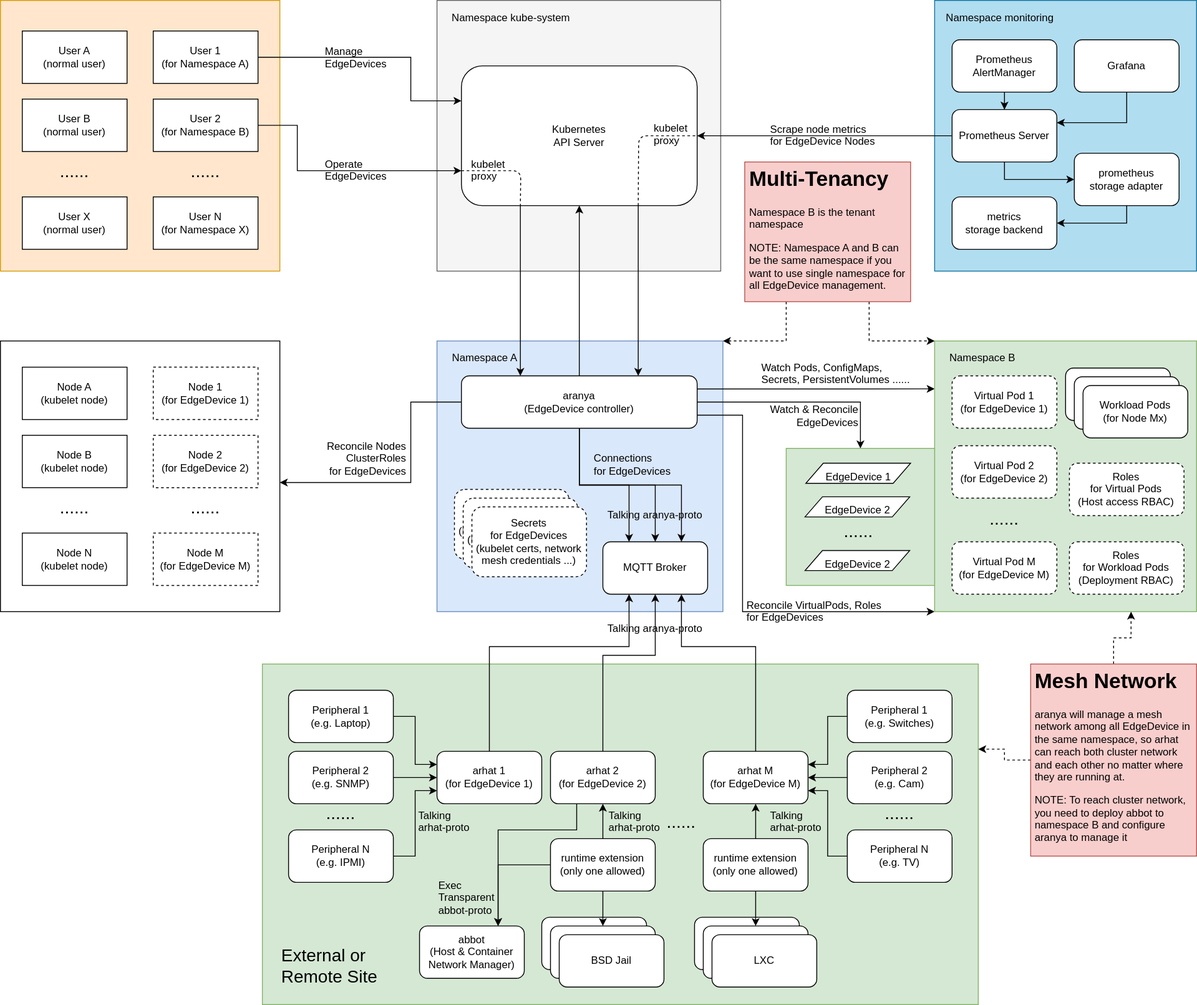
Earlier version of the draw.io export docs/images/overview.svg (arhat-dev/aranya). Source tidied: cells renumbered, new cells last; positions are measured from the earlier drawing's top-left corner, leaving out a move shared by most shapes.
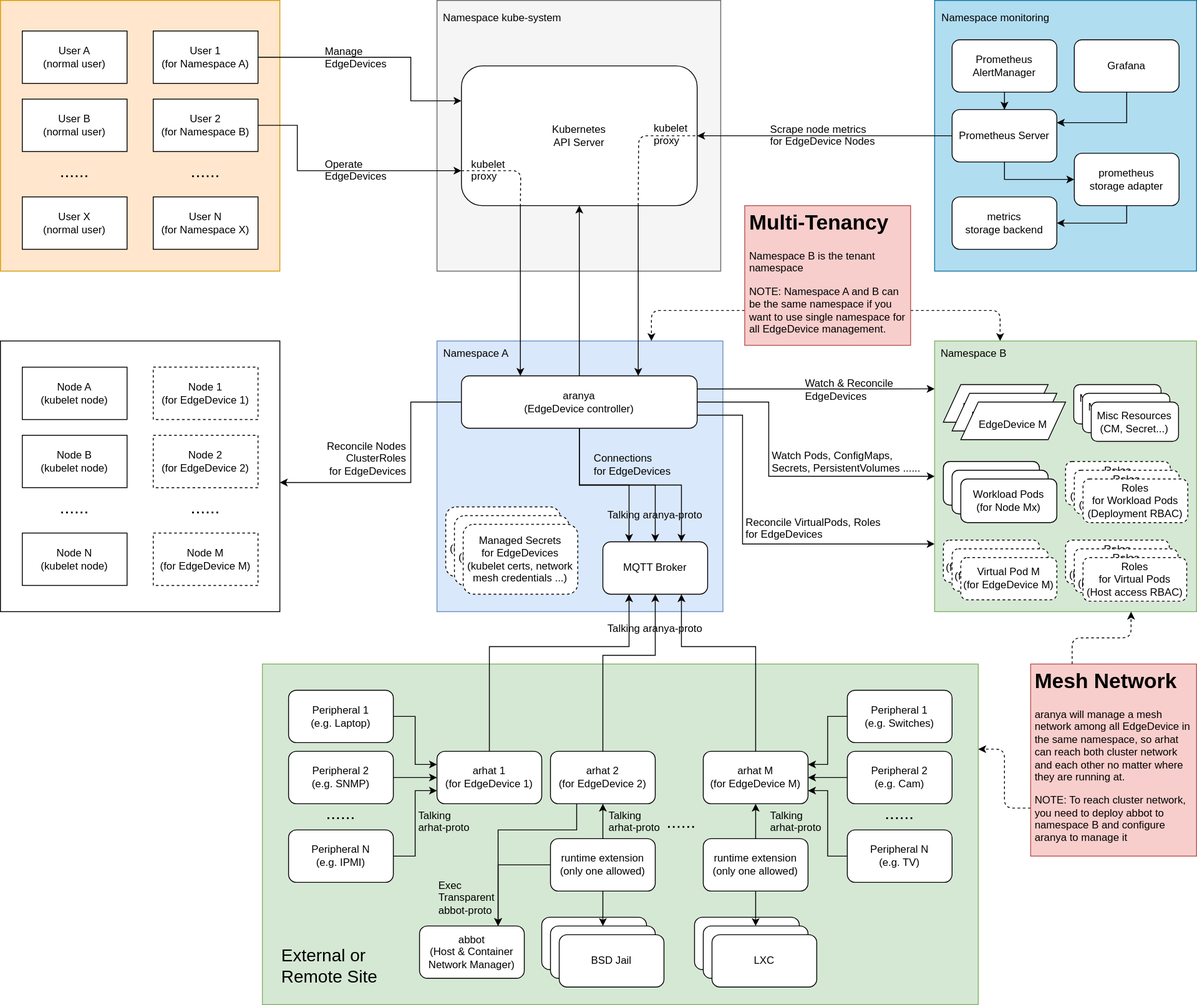
The same file after the commit.

The edit, as a diff of the source:
```diff
@@ -14,3 +14,3 @@
     <mxCell id="5" value="Namespace kube-system" style="text;html=1;strokeColor=none;fillColor=none;align=center;verticalAlign=middle;whiteSpace=wrap;rounded=0;" parent="1" vertex="1">
-      <mxGeometry x="510" y="10" width="150" height="20" as="geometry" />
+      <mxGeometry x="500" y="10" width="150" height="20" as="geometry" />
     </mxCell>
@@ -30,3 +30,3 @@
     </mxCell>
-    <mxCell id="9" style="edgeStyle=orthogonalEdgeStyle;rounded=0;jettySize=auto;html=1;entryX=0;entryY=1;entryDx=0;entryDy=0;fontSize=20;exitX=1;exitY=0.75;exitDx=0;exitDy=0;" parent="1" edge="1" source="16" target="44">
+    <mxCell id="9" style="edgeStyle=orthogonalEdgeStyle;rounded=0;jettySize=auto;html=1;entryX=0;entryY=0.75;entryDx=0;entryDy=0;fontSize=20;exitX=1;exitY=0.75;exitDx=0;exitDy=0;" parent="1" edge="1" source="16" target="44">
       <mxGeometry relative="1" as="geometry">
@@ -34,3 +34,3 @@
           <mxPoint x="850" y="475" />
-          <mxPoint x="850" y="700" />
+          <mxPoint x="850" y="623" />
         </Array>
@@ -60,4 +60,9 @@
     </mxCell>
-    <mxCell id="15" style="edgeStyle=orthogonalEdgeStyle;rounded=0;jettySize=auto;html=1;entryX=0.5;entryY=0;entryDx=0;entryDy=0;" parent="1" edge="1" source="16" target="123">
-      <mxGeometry relative="1" as="geometry" />
+    <mxCell id="15" style="edgeStyle=orthogonalEdgeStyle;rounded=0;jettySize=auto;html=1;entryX=0;entryY=0.5;entryDx=0;entryDy=0;" parent="1" edge="1" source="16" target="44">
+      <mxGeometry relative="1" as="geometry">
+        <Array as="points">
+          <mxPoint x="880" y="460" />
+          <mxPoint x="880" y="545" />
+        </Array>
+      </mxGeometry>
     </mxCell>
@@ -67,6 +72,6 @@
     <mxCell id="17" value="Namespace A" style="text;html=1;strokeColor=none;fillColor=none;align=center;verticalAlign=middle;whiteSpace=wrap;rounded=0;" parent="1" vertex="1">
-      <mxGeometry x="510" y="400" width="90" height="20" as="geometry" />
+      <mxGeometry x="500" y="395" width="90" height="20" as="geometry" />
     </mxCell>
     <mxCell id="18" value="Reconcile VirtualPods, Roles&lt;br&gt;for EdgeDevices" style="text;html=1;strokeColor=none;fillColor=none;align=left;verticalAlign=top;whiteSpace=wrap;rounded=0;labelBackgroundColor=none;fontSize=12;" parent="1" vertex="1">
-      <mxGeometry x="852.5" y="679" width="160" height="40" as="geometry" />
+      <mxGeometry x="851.5" y="584" width="160" height="40" as="geometry" />
     </mxCell>
@@ -151,3 +156,3 @@
     <mxCell id="40" value="Namespace monitoring" style="text;html=1;strokeColor=none;fillColor=none;align=center;verticalAlign=middle;whiteSpace=wrap;rounded=0;" parent="1" vertex="1">
-      <mxGeometry x="1080" y="10" width="130" height="20" as="geometry" />
+      <mxGeometry x="1075" y="10" width="130" height="20" as="geometry" />
     </mxCell>
@@ -166,16 +171,4 @@
     <mxCell id="45" value="Namespace B" style="text;html=1;strokeColor=none;fillColor=none;align=center;verticalAlign=middle;whiteSpace=wrap;rounded=0;" parent="1" vertex="1">
-      <mxGeometry x="1080" y="400" width="90" height="20" as="geometry" />
+      <mxGeometry x="1070" y="395" width="90" height="20" as="geometry" />
     </mxCell>
-    <mxCell id="46" value="Virtual Pod 1&lt;br&gt;(for EdgeDevice 1)" style="rounded=1;whiteSpace=wrap;html=1;dashed=1;" parent="1" vertex="1">
-      <mxGeometry x="1090" y="430" width="120" height="60" as="geometry" />
-    </mxCell>
-    <mxCell id="47" value="Virtual Pod 2&lt;br&gt;(for EdgeDevice 2)" style="rounded=1;whiteSpace=wrap;html=1;dashed=1;" parent="1" vertex="1">
-      <mxGeometry x="1090" y="510" width="120" height="60" as="geometry" />
-    </mxCell>
-    <mxCell id="48" value="Virtual Pod M&lt;br&gt;(for EdgeDevice M)" style="rounded=1;whiteSpace=wrap;html=1;dashed=1;" parent="1" vertex="1">
-      <mxGeometry x="1090" y="620" width="120" height="60" as="geometry" />
-    </mxCell>
-    <mxCell id="49" value="......" style="text;html=1;strokeColor=none;fillColor=none;align=center;verticalAlign=middle;whiteSpace=wrap;rounded=0;fontSize=20;" parent="1" vertex="1">
-      <mxGeometry x="1130" y="583" width="40" height="20" as="geometry" />
-    </mxCell>
     <mxCell id="50" style="edgeStyle=orthogonalEdgeStyle;rounded=0;jettySize=auto;html=1;entryX=0.75;entryY=0;entryDx=0;entryDy=0;fontSize=12;exitX=0.75;exitY=1;exitDx=0;exitDy=0;" parent="1" edge="1" source="4" target="16">
@@ -256,3 +249,3 @@
     <mxCell id="71" value="&lt;div&gt;Watch Pods, ConfigMaps, Secrets,&amp;nbsp;&lt;span&gt;PersistentVolumes ......&lt;/span&gt;&lt;/div&gt;" style="text;html=1;strokeColor=none;fillColor=none;align=left;verticalAlign=top;whiteSpace=wrap;rounded=0;labelBackgroundColor=none;fontSize=12;" parent="1" vertex="1">
-      <mxGeometry x="870" y="407" width="180" height="40" as="geometry" />
+      <mxGeometry x="882" y="508" width="180" height="40" as="geometry" />
     </mxCell>
@@ -389,6 +382,6 @@
     </mxCell>
-    <mxCell id="111" style="edgeStyle=orthogonalEdgeStyle;rounded=0;jettySize=auto;html=1;entryX=1;entryY=0;entryDx=0;entryDy=0;fontSize=12;endArrow=classic;endFill=1;dashed=1;exitX=0.25;exitY=1;exitDx=0;exitDy=0;" parent="1" edge="1" source="113" target="6">
+    <mxCell id="111" style="edgeStyle=orthogonalEdgeStyle;rounded=1;jettySize=auto;html=1;entryX=0.75;entryY=0;entryDx=0;entryDy=0;fontSize=12;endArrow=classic;endFill=1;dashed=1;exitX=0;exitY=0.75;exitDx=0;exitDy=0;" parent="1" edge="1" source="113" target="6">
       <mxGeometry relative="1" as="geometry">
         <Array as="points">
-          <mxPoint x="900" y="390" />
+          <mxPoint x="746" y="355" />
         </Array>
@@ -396,6 +389,6 @@
     </mxCell>
-    <mxCell id="112" style="edgeStyle=orthogonalEdgeStyle;rounded=0;jettySize=auto;html=1;entryX=0;entryY=0;entryDx=0;entryDy=0;fontSize=12;endArrow=classic;endFill=1;dashed=1;exitX=0.75;exitY=1;exitDx=0;exitDy=0;" parent="1" edge="1" source="113" target="44">
+    <mxCell id="112" style="edgeStyle=orthogonalEdgeStyle;rounded=1;jettySize=auto;html=1;entryX=0.25;entryY=0;entryDx=0;entryDy=0;fontSize=12;endArrow=classic;endFill=1;dashed=1;exitX=1;exitY=0.75;exitDx=0;exitDy=0;" parent="1" edge="1" source="113" target="44">
       <mxGeometry relative="1" as="geometry">
         <Array as="points">
-          <mxPoint x="995" y="390" />
+          <mxPoint x="1145" y="355" />
         </Array>
@@ -404,10 +397,10 @@
     <mxCell id="113" value="&lt;h1&gt;Multi-Tenancy&lt;/h1&gt;&lt;p&gt;Namespace B is the tenant namespace&lt;/p&gt;&lt;p&gt;NOTE: Namespace A and B can be the same namespace if you want to use single namespace for all EdgeDevice management.&lt;/p&gt;" style="text;html=1;spacing=5;spacingTop=-20;whiteSpace=wrap;overflow=hidden;rounded=0;labelBackgroundColor=none;fontSize=12;align=left;fillColor=#f8cecc;strokeColor=#b85450;" parent="1" vertex="1">
-      <mxGeometry x="852.5" y="185" width="190" height="160" as="geometry" />
+      <mxGeometry x="852.5" y="235" width="190" height="160" as="geometry" />
     </mxCell>
+    <mxCell id="115" style="edgeStyle=orthogonalEdgeStyle;rounded=1;jettySize=auto;html=1;entryX=1;entryY=0.25;entryDx=0;entryDy=0;startArrow=none;startFill=0;dashed=1;exitX=0;exitY=0.75;exitDx=0;exitDy=0;" parent="1" edge="1" source="116" target="2">
+      <mxGeometry relative="1" as="geometry" />
+    </mxCell>
-    <mxCell id="114" style="edgeStyle=orthogonalEdgeStyle;rounded=0;jettySize=auto;html=1;entryX=0.75;entryY=1;entryDx=0;entryDy=0;startArrow=none;startFill=0;dashed=1;" parent="1" edge="1" source="116" target="44">
+    <mxCell id="114" style="edgeStyle=orthogonalEdgeStyle;rounded=1;jettySize=auto;html=1;entryX=0.75;entryY=1;entryDx=0;entryDy=0;dashed=1;exitX=0.25;exitY=0;exitDx=0;exitDy=0;" parent="1" edge="1" source="116" target="44">
       <mxGeometry relative="1" as="geometry" />
     </mxCell>
-    <mxCell id="115" style="edgeStyle=orthogonalEdgeStyle;rounded=0;jettySize=auto;html=1;entryX=1;entryY=0.25;entryDx=0;entryDy=0;startArrow=none;startFill=0;dashed=1;" parent="1" edge="1" source="116" target="2">
-      <mxGeometry relative="1" as="geometry" />
-    </mxCell>
     <mxCell id="116" value="&lt;h1&gt;Mesh Network&lt;/h1&gt;&lt;p&gt;aranya will manage a mesh network among all EdgeDevice in the same namespace, so arhat can reach both cluster network and each other no matter where they are running at.&lt;/p&gt;&lt;p&gt;NOTE: To reach cluster network, you need to deploy abbot to namespace B and configure aranya to manage it&lt;/p&gt;" style="text;html=1;strokeColor=#b85450;fillColor=#f8cecc;spacing=5;spacingTop=-20;whiteSpace=wrap;overflow=hidden;rounded=0;" parent="1" vertex="1">
@@ -435,53 +428,86 @@
     </mxCell>
-    <mxCell id="122" value="&lt;span style=&quot;&quot;&gt;Watch &amp;amp; Reconcile&lt;/span&gt;&lt;br style=&quot;&quot;&gt;&lt;span style=&quot;&quot;&gt;EdgeDevices&lt;/span&gt;" style="text;html=1;strokeColor=none;fillColor=none;align=right;verticalAlign=middle;whiteSpace=wrap;rounded=0;dashed=1;" parent="1" vertex="1">
-      <mxGeometry x="875" y="460" width="110" height="32" as="geometry" />
+    <mxCell id="122" value="&lt;span style=&quot;&quot;&gt;Watch &amp;amp; Reconcile&lt;/span&gt;&lt;br style=&quot;&quot;&gt;&lt;span style=&quot;&quot;&gt;EdgeDevices&lt;/span&gt;" style="text;html=1;strokeColor=none;fillColor=none;align=left;verticalAlign=middle;whiteSpace=wrap;rounded=0;dashed=1;" parent="1" vertex="1">
+      <mxGeometry x="920" y="430" width="110" height="32" as="geometry" />
     </mxCell>
-    <mxCell id="123" style="rounded=0;whiteSpace=wrap;html=1;fillColor=#d5e8d4;strokeColor=#82b366;" parent="1" vertex="1">
-      <mxGeometry x="900" y="513" width="170" height="157" as="geometry" />
-    </mxCell>
     <mxCell id="124" value="&lt;font style=&quot;font-size: 12px&quot;&gt;EdgeDevice 1&lt;/font&gt;" style="shape=parallelogram;perimeter=parallelogramPerimeter;whiteSpace=wrap;html=1;fixedSize=1;labelBackgroundColor=none;fontSize=20;size=20;align=center;" parent="1" vertex="1">
-      <mxGeometry x="922.5" y="530" width="120" height="23" as="geometry" />
+      <mxGeometry x="1080" y="440" width="120" height="43" as="geometry" />
     </mxCell>
-    <mxCell id="125" value="......" style="text;html=1;strokeColor=none;fillColor=none;align=center;verticalAlign=middle;whiteSpace=wrap;rounded=0;fontSize=20;" parent="1" vertex="1">
-      <mxGeometry x="962.5" y="597" width="40" height="20" as="geometry" />
-    </mxCell>
-    <mxCell id="126" value="&lt;font style=&quot;font-size: 12px&quot;&gt;EdgeDevice 2&lt;/font&gt;" style="shape=parallelogram;perimeter=parallelogramPerimeter;whiteSpace=wrap;html=1;fixedSize=1;labelBackgroundColor=none;fontSize=20;size=20;align=center;" parent="1" vertex="1">
-      <mxGeometry x="921.5" y="568.5" width="120" height="23" as="geometry" />
-    </mxCell>
-    <mxCell id="127" value="&lt;font style=&quot;font-size: 12px&quot;&gt;EdgeDevice 2&lt;/font&gt;" style="shape=parallelogram;perimeter=parallelogramPerimeter;whiteSpace=wrap;html=1;fixedSize=1;labelBackgroundColor=none;fontSize=20;size=20;align=center;" parent="1" vertex="1">
-      <mxGeometry x="921.5" y="630" width="120" height="23" as="geometry" />
-    </mxCell>
-    <mxCell id="128" style="group;" parent="1" vertex="1">
-      <mxGeometry x="1220" y="421" width="140" height="80" as="geometry" />
-    </mxCell>
-    <mxCell id="129" value="Workload Pods&lt;br&gt;(for Node Mx)" style="rounded=1;whiteSpace=wrap;html=1;" parent="128" vertex="1">
-      <mxGeometry width="120" height="60" as="geometry" />
-    </mxCell>
-    <mxCell id="130" value="Workload Pods&lt;br&gt;(for Node Mx)" style="rounded=1;whiteSpace=wrap;html=1;" parent="128" vertex="1">
-      <mxGeometry x="10" y="10" width="120" height="60" as="geometry" />
-    </mxCell>
+    <mxCell id="137" style="edgeStyle=orthogonalEdgeStyle;rounded=0;orthogonalLoop=1;jettySize=auto;html=1;exitX=0.5;exitY=1;exitDx=0;exitDy=0;" parent="1" edge="1" source="38" target="38">
+      <mxGeometry relative="1" as="geometry" />
+    </mxCell>
+    <mxCell id="139" style="group;" parent="1" vertex="1">
+      <mxGeometry x="1080" y="528" width="130" height="70" as="geometry" />
+    </mxCell>
-    <mxCell id="131" value="Workload Pods&lt;br&gt;(for Node Mx)" style="rounded=1;whiteSpace=wrap;html=1;" parent="128" vertex="1">
-      <mxGeometry x="20" y="20" width="120" height="60" as="geometry" />
+    <mxCell id="131" value="Workload Pods&lt;br&gt;(for Node Mx)" style="rounded=1;whiteSpace=wrap;html=1;" parent="139" vertex="1">
+      <mxGeometry width="110" height="50" as="geometry" />
     </mxCell>
-    <mxCell id="132" value="Roles&lt;br&gt;for Virtual Pods&lt;br&gt;(Host access RBAC)" style="rounded=1;whiteSpace=wrap;html=1;dashed=1;align=center;" parent="1" vertex="1">
-      <mxGeometry x="1224.4" y="530" width="131.2" height="60" as="geometry" />
-    </mxCell>
-    <mxCell id="133" style="group;" parent="1" vertex="1">
-      <mxGeometry x="520" y="560" width="151.2" height="100" as="geometry" />
-    </mxCell>
-    <mxCell id="134" value="Secrets&lt;br&gt;for EdgeDevices&lt;br&gt;(kubelet certs, network mesh credentials ...)" style="rounded=1;whiteSpace=wrap;html=1;dashed=1;align=center;" parent="133" vertex="1">
-      <mxGeometry width="131.2" height="80" as="geometry" />
-    </mxCell>
-    <mxCell id="135" value="Secrets&lt;br&gt;for EdgeDevices&lt;br&gt;(kubelet certs, network mesh credentials ...)" style="rounded=1;whiteSpace=wrap;html=1;dashed=1;align=center;" parent="133" vertex="1">
-      <mxGeometry x="10" y="10" width="131.2" height="80" as="geometry" />
-    </mxCell>
+    <mxCell id="140" value="Workload Pods&lt;br&gt;(for Node Mx)" style="rounded=1;whiteSpace=wrap;html=1;" parent="139" vertex="1">
+      <mxGeometry x="10" y="10" width="110" height="50" as="geometry" />
+    </mxCell>
+    <mxCell id="141" value="Workload Pods&lt;br&gt;(for Node Mx)" style="rounded=1;whiteSpace=wrap;html=1;" parent="139" vertex="1">
+      <mxGeometry x="20" y="20" width="110" height="50" as="geometry" />
+    </mxCell>
+    <mxCell id="142" style="group;" parent="1" vertex="1">
+      <mxGeometry x="1080" y="618" width="130" height="68.5" as="geometry" />
+    </mxCell>
+    <mxCell id="48" value="Virtual Pod M&lt;br&gt;(for EdgeDevice M)" style="rounded=1;whiteSpace=wrap;html=1;dashed=1;" parent="142" vertex="1">
+      <mxGeometry width="110" height="48.5" as="geometry" />
+    </mxCell>
+    <mxCell id="143" value="Virtual Pod M&lt;br&gt;(for EdgeDevice M)" style="rounded=1;whiteSpace=wrap;html=1;dashed=1;" parent="142" vertex="1">
+      <mxGeometry x="10" y="10" width="110" height="48.5" as="geometry" />
+    </mxCell>
+    <mxCell id="144" value="Virtual Pod M&lt;br&gt;(for EdgeDevice M)" style="rounded=1;whiteSpace=wrap;html=1;dashed=1;" parent="142" vertex="1">
+      <mxGeometry x="20" y="20" width="110" height="48.5" as="geometry" />
+    </mxCell>
+    <mxCell id="145" style="group;" parent="1" vertex="1">
+      <mxGeometry x="1220" y="618" width="138.8" height="70" as="geometry" />
+    </mxCell>
+    <mxCell id="146" value="Roles&lt;br&gt;for Virtual Pods&lt;br&gt;(Host access RBAC)" style="rounded=1;whiteSpace=wrap;html=1;dashed=1;align=center;" parent="145" vertex="1">
+      <mxGeometry width="118.8" height="50" as="geometry" />
+    </mxCell>
+    <mxCell id="147" value="Roles&lt;br&gt;for Virtual Pods&lt;br&gt;(Host access RBAC)" style="rounded=1;whiteSpace=wrap;html=1;dashed=1;align=center;" parent="145" vertex="1">
+      <mxGeometry x="10" y="10" width="118.8" height="50" as="geometry" />
+    </mxCell>
+    <mxCell id="148" value="Roles&lt;br&gt;for Virtual Pods&lt;br&gt;(Host access RBAC)" style="rounded=1;whiteSpace=wrap;html=1;dashed=1;align=center;" parent="145" vertex="1">
+      <mxGeometry x="20" y="20" width="118.8" height="50" as="geometry" />
+    </mxCell>
+    <mxCell id="149" style="group;" parent="1" vertex="1">
+      <mxGeometry x="1220" y="528" width="140" height="70" as="geometry" />
+    </mxCell>
+    <mxCell id="150" value="Roles&lt;br&gt;for Workload Pods&lt;br&gt;(Deployment RBAC)" style="rounded=1;whiteSpace=wrap;html=1;dashed=1;align=center;" parent="149" vertex="1">
+      <mxGeometry width="120" height="50" as="geometry" />
+    </mxCell>
+    <mxCell id="151" value="Roles&lt;br&gt;for Workload Pods&lt;br&gt;(Deployment RBAC)" style="rounded=1;whiteSpace=wrap;html=1;dashed=1;align=center;" parent="149" vertex="1">
+      <mxGeometry x="10" y="10" width="120" height="50" as="geometry" />
+    </mxCell>
+    <mxCell id="152" value="Roles&lt;br&gt;for Workload Pods&lt;br&gt;(Deployment RBAC)" style="rounded=1;whiteSpace=wrap;html=1;dashed=1;align=center;" parent="149" vertex="1">
+      <mxGeometry x="20" y="20" width="120" height="50" as="geometry" />
+    </mxCell>
+    <mxCell id="153" value="&lt;font style=&quot;font-size: 12px&quot;&gt;EdgeDevice 1&lt;/font&gt;" style="shape=parallelogram;perimeter=parallelogramPerimeter;whiteSpace=wrap;html=1;fixedSize=1;labelBackgroundColor=none;fontSize=20;size=20;align=center;" parent="1" vertex="1">
+      <mxGeometry x="1090" y="450" width="120" height="43" as="geometry" />
+    </mxCell>
+    <mxCell id="154" value="&lt;font style=&quot;font-size: 12px&quot;&gt;EdgeDevice M&lt;/font&gt;" style="shape=parallelogram;perimeter=parallelogramPerimeter;whiteSpace=wrap;html=1;fixedSize=1;labelBackgroundColor=none;fontSize=20;size=20;align=center;" parent="1" vertex="1">
+      <mxGeometry x="1100" y="460" width="120" height="43" as="geometry" />
+    </mxCell>
+    <mxCell id="155" value="Misc Resources&lt;br&gt;(CM, Secret...)" style="rounded=1;whiteSpace=wrap;html=1;align=center;" parent="1" vertex="1">
+      <mxGeometry x="1229.4" y="440" width="100" height="45" as="geometry" />
+    </mxCell>
+    <mxCell id="156" value="Misc Resources&lt;br&gt;(CM, Secret...)" style="rounded=1;whiteSpace=wrap;html=1;align=center;" parent="1" vertex="1">
+      <mxGeometry x="1239.4" y="450" width="100" height="45" as="geometry" />
+    </mxCell>
+    <mxCell id="157" value="Misc Resources&lt;br&gt;(CM, Secret...)" style="rounded=1;whiteSpace=wrap;html=1;align=center;" parent="1" vertex="1">
+      <mxGeometry x="1249.4" y="460" width="100" height="45" as="geometry" />
+    </mxCell>
+    <mxCell id="158" style="group;" parent="1" vertex="1">
+      <mxGeometry x="510" y="580" width="151.2" height="100" as="geometry" />
+    </mxCell>
-    <mxCell id="136" value="Secrets&lt;br&gt;for EdgeDevices&lt;br&gt;(kubelet certs, network mesh credentials ...)" style="rounded=1;whiteSpace=wrap;html=1;dashed=1;align=center;" parent="133" vertex="1">
-      <mxGeometry x="20" y="20" width="131.2" height="80" as="geometry" />
+    <mxCell id="136" value="Managed Secrets&lt;br&gt;for EdgeDevices&lt;br&gt;(kubelet certs, network mesh credentials ...)" style="rounded=1;whiteSpace=wrap;html=1;dashed=1;align=center;" parent="158" vertex="1">
+      <mxGeometry width="131.2" height="80" as="geometry" />
     </mxCell>
-    <mxCell id="137" style="edgeStyle=orthogonalEdgeStyle;rounded=0;orthogonalLoop=1;jettySize=auto;html=1;exitX=0.5;exitY=1;exitDx=0;exitDy=0;" parent="1" edge="1" source="38" target="38">
-      <mxGeometry relative="1" as="geometry" />
-    </mxCell>
-    <mxCell id="138" value="Roles&lt;br&gt;for Workload Pods&lt;br&gt;(Deployment RBAC)" style="rounded=1;whiteSpace=wrap;html=1;dashed=1;align=center;" parent="1" vertex="1">
-      <mxGeometry x="1224.4" y="620" width="131.2" height="60" as="geometry" />
-    </mxCell>
+    <mxCell id="159" value="Managed Secrets&lt;br&gt;for EdgeDevices&lt;br&gt;(kubelet certs, network mesh credentials ...)" style="rounded=1;whiteSpace=wrap;html=1;dashed=1;align=center;" parent="158" vertex="1">
+      <mxGeometry x="10" y="10" width="131.2" height="80" as="geometry" />
+    </mxCell>
+    <mxCell id="160" value="Managed Secrets&lt;br&gt;for EdgeDevices&lt;br&gt;(kubelet certs, network mesh credentials ...)" style="rounded=1;whiteSpace=wrap;html=1;dashed=1;align=center;" parent="158" vertex="1">
+      <mxGeometry x="20" y="20" width="131.2" height="80" as="geometry" />
+    </mxCell>
   </root>
```
